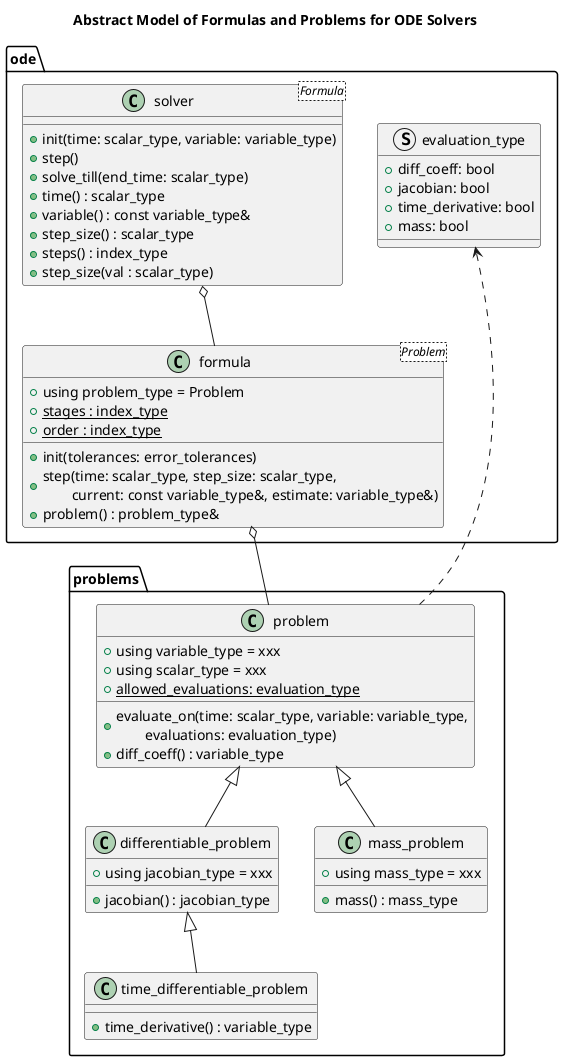
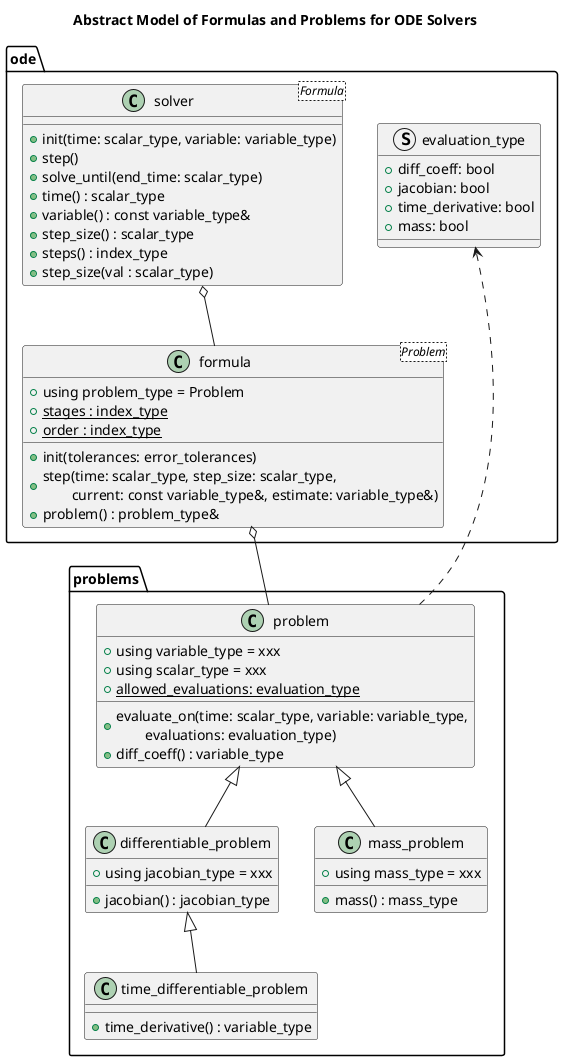
@startuml formula_and_problems

title Abstract Model of Formulas and Problems for ODE Solvers

package ode {
    struct evaluation_type {
        + diff_coeff: bool
        + jacobian: bool
        + time_derivative: bool
        + mass: bool
    }
}

package problems {
    class problem {
        + using variable_type = xxx
        + using scalar_type = xxx
        {static} + allowed_evaluations: evaluation_type
        + evaluate_on(time: scalar_type, variable: variable_type,\n\tevaluations: evaluation_type)
        + diff_coeff() : variable_type
    }
    problem ..> evaluation_type

    class differentiable_problem {
        + using jacobian_type = xxx
        + jacobian() : jacobian_type
    }
    problem <|-- differentiable_problem

    class time_differentiable_problem {
        + time_derivative() : variable_type
    }
    differentiable_problem <|-- time_differentiable_problem

    class mass_problem {
        + using mass_type = xxx
        + mass() : mass_type
    }
    problem <|-- mass_problem
}

package ode {
    !startsub formula
    class formula<Problem> {
        + using problem_type = Problem
        {static} + stages : index_type
        {static} + order : index_type
        + init(tolerances: error_tolerances)
        + step(time: scalar_type, step_size: scalar_type,\n\tcurrent: const variable_type&, estimate: variable_type&)
        + problem() : problem_type&
    }
    !endsub
    formula o-- problem

    !startsub solver
    class solver<Formula> {
        + init(time: scalar_type, variable: variable_type)
        + step()
-         + solve_till(end_time: scalar_type)
+         + solve_until(end_time: scalar_type)
        + time() : scalar_type
        + variable() : const variable_type&
        + step_size() : scalar_type
        + steps() : index_type
        + step_size(val : scalar_type)
    }
    solver o-- formula
    !endsub
}

@enduml
